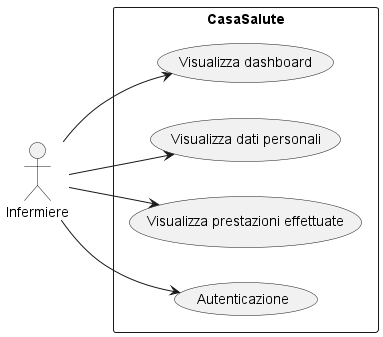
Taniyakaur/KMBhealthcenter keeps this PlantUML diagram as Latex/diagrammi_uml/use_case_infermiere.png. Above is the earlier version.
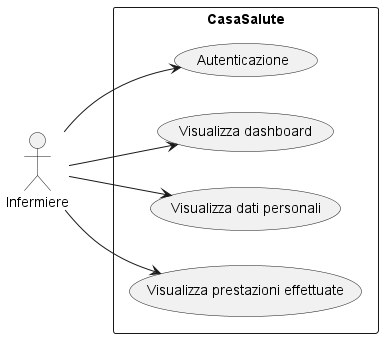
The same file after the commit.

The edit, as a diff of the source:
```diff
@@ -4,10 +4,10 @@
 
 rectangle CasaSalute {
 
+   usecase "Autenticazione" as UC_Authentication
    usecase "Visualizza dashboard" as UC_ViewDashboard
    usecase "Visualizza dati personali" as UC_ViewPersonalData
    usecase "Visualizza prestazioni effettuate" as UC_ViewPerformedServices
-   usecase "Autenticazione" as UC_Authentication
 }
 
 Nurse --> UC_Authentication
```
